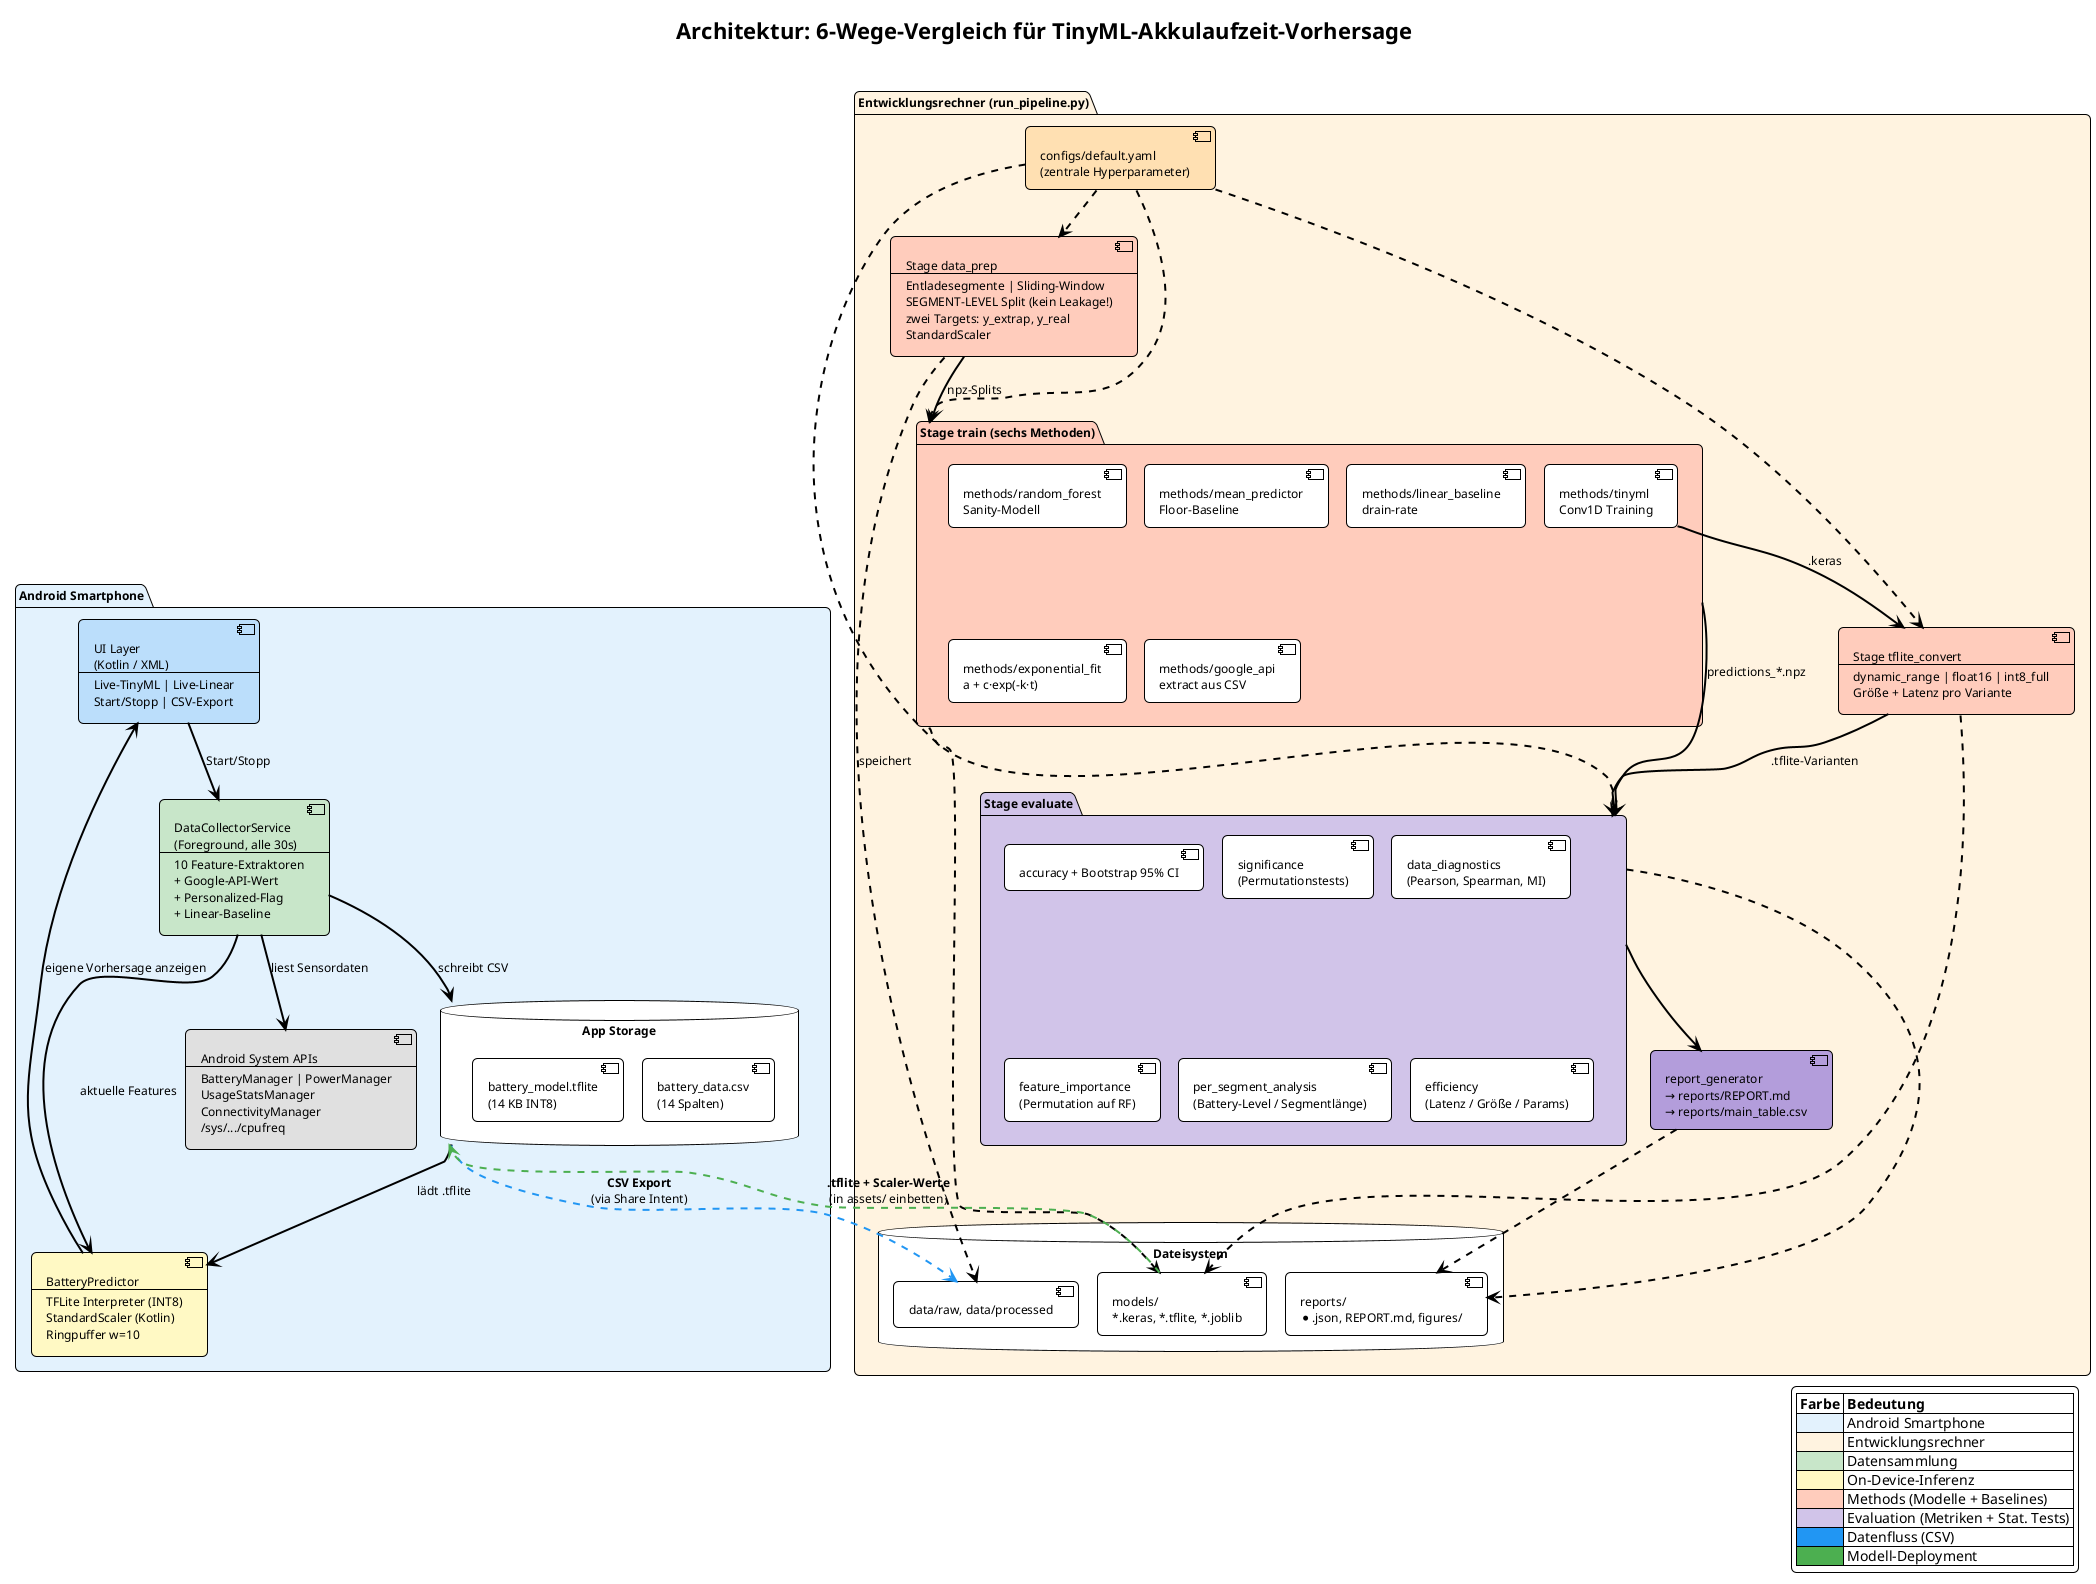
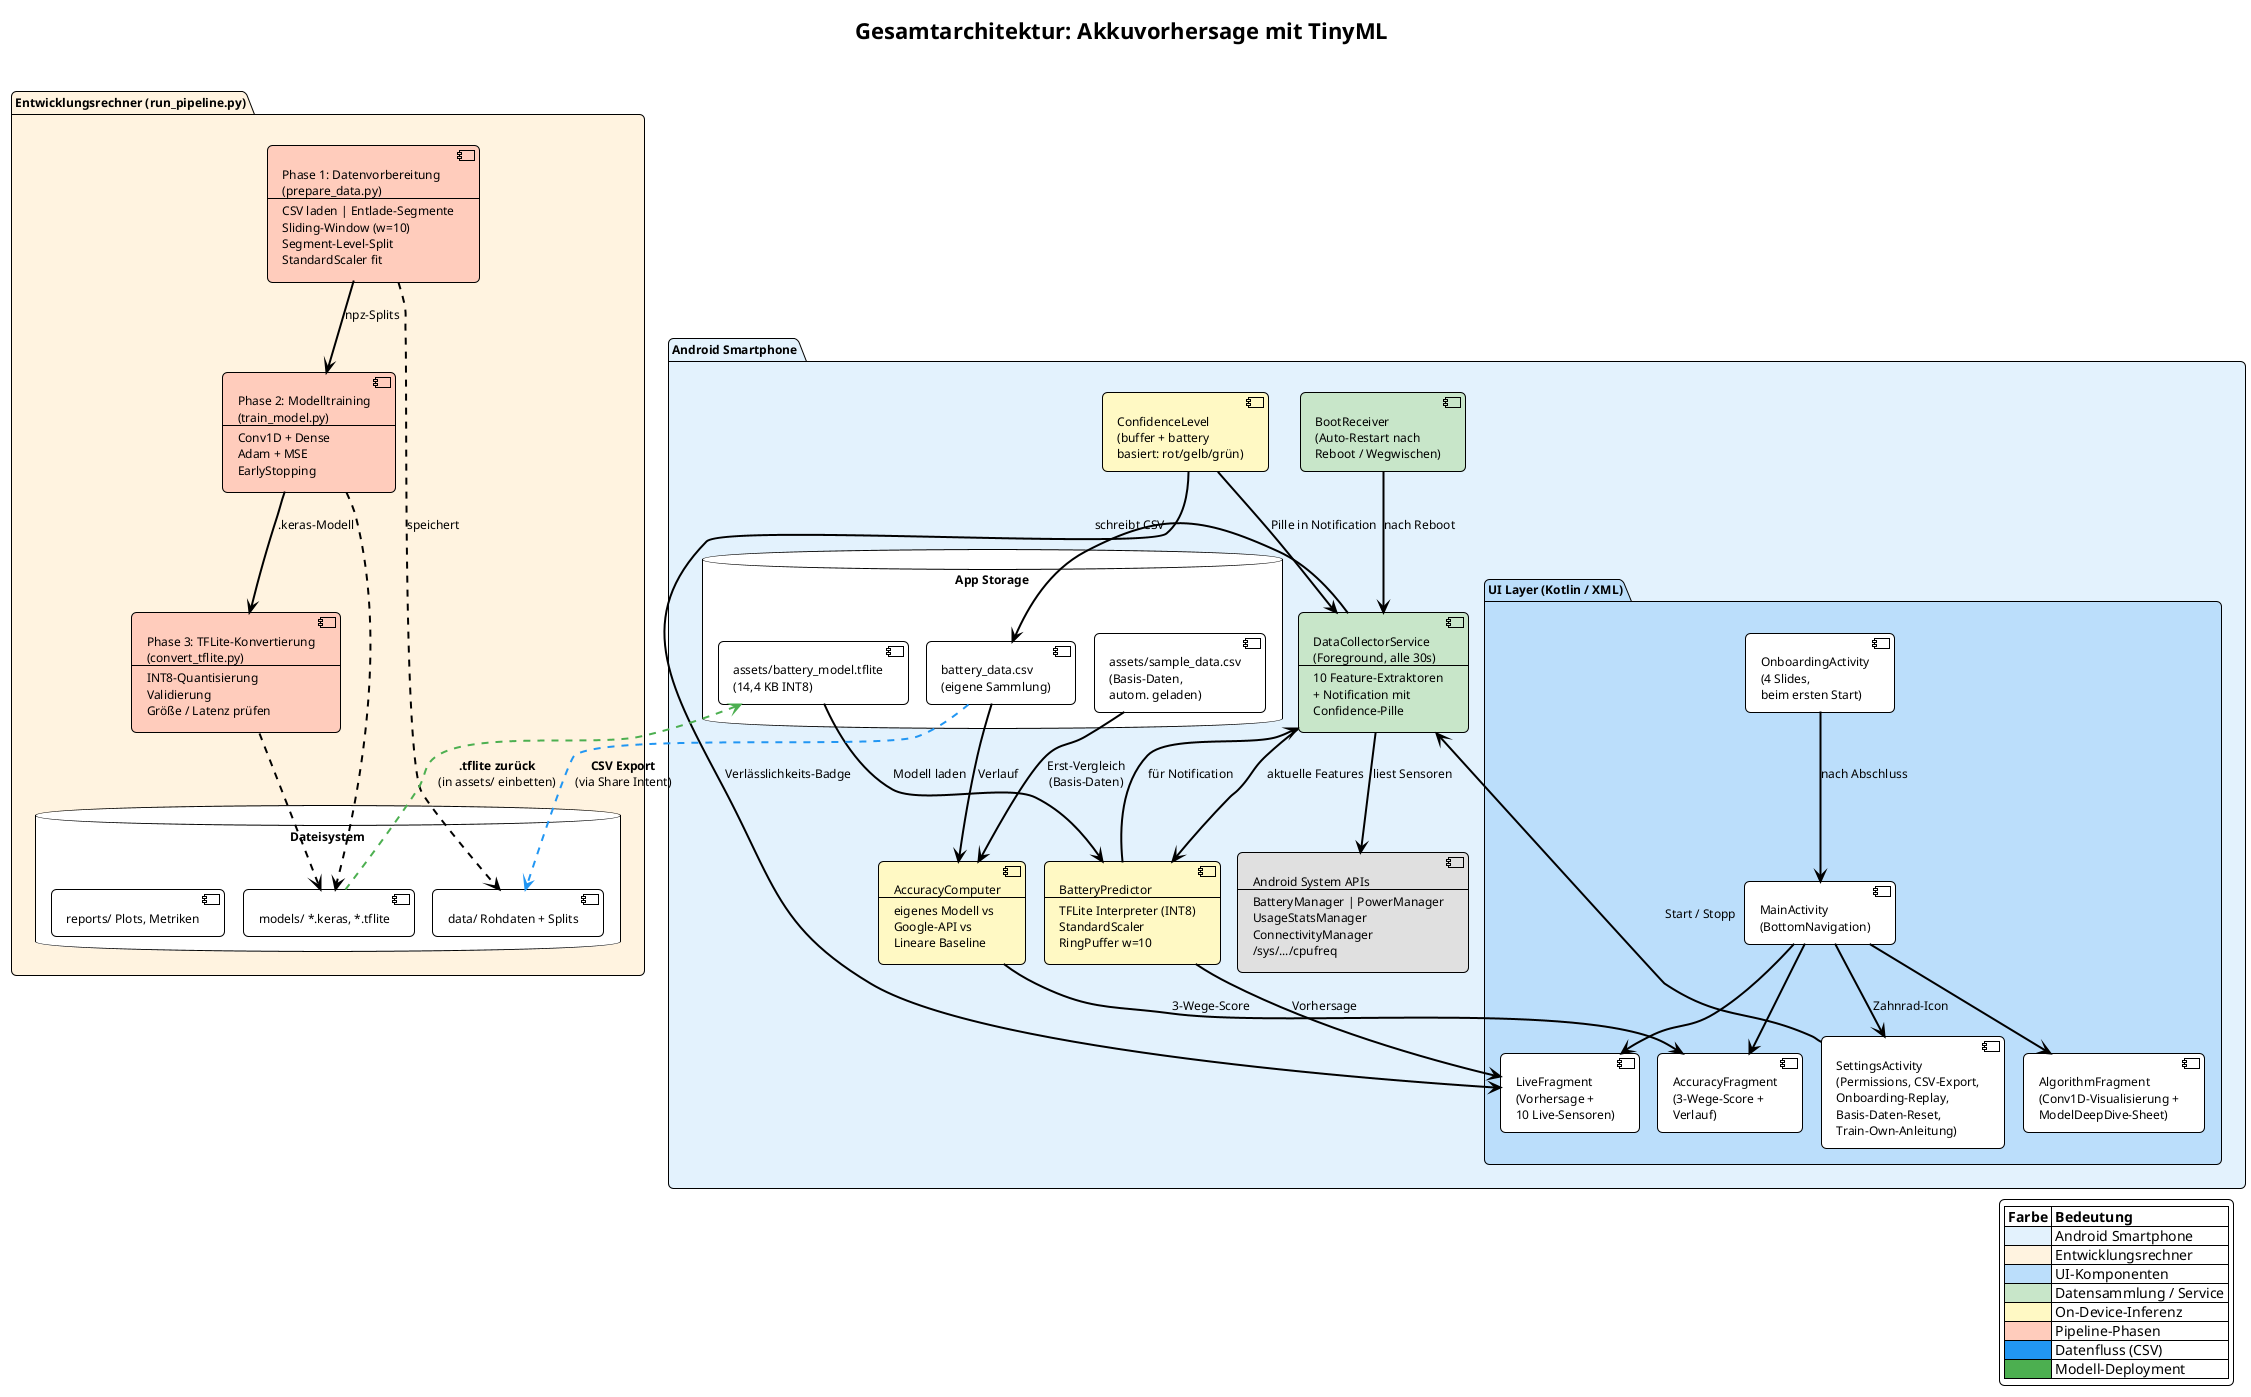
@startuml
!theme plain
skinparam backgroundColor white
skinparam defaultFontSize 12
skinparam ArrowThickness 2
skinparam RoundCorner 10
skinparam nodesep 18
skinparam ranksep 45
skinparam PackagePadding 14

top to bottom direction

- title Architektur: 6-Wege-Vergleich für TinyML-Akkulaufzeit-Vorhersage\n
+ title Gesamtarchitektur: Akkuvorhersage mit TinyML\n

' ============================================================
- '  ANDROID APP (oben) - Datensammlung + On-Device-Inferenz
+ '  ANDROID APP — UI + Datensammlung + On-Device-Inferenz
' ============================================================
package "Android Smartphone" as phone #E3F2FD {

-     [UI Layer\n(Kotlin / XML)\n---\nLive-TinyML | Live-Linear\nStart/Stopp | CSV-Export] as ui #BBDEFB
+     package "UI Layer (Kotlin / XML)" as uilayer #BBDEFB {
+         [OnboardingActivity\n(4 Slides,\nbeim ersten Start)] as onboarding
+         [MainActivity\n(BottomNavigation)] as mainact
+         [LiveFragment\n(Vorhersage +\n10 Live-Sensoren)] as live
+         [AlgorithmFragment\n(Conv1D-Visualisierung +\nModelDeepDive-Sheet)] as algo
+         [AccuracyFragment\n(3-Wege-Score +\nVerlauf)] as accuracy
+         [SettingsActivity\n(Permissions, CSV-Export,\nOnboarding-Replay,\nBasis-Daten-Reset,\nTrain-Own-Anleitung)] as settings
+     }

-     [DataCollectorService\n(Foreground, alle 30s)\n---\n10 Feature-Extraktoren\n+ Google-API-Wert\n+ Personalized-Flag\n+ Linear-Baseline] as service #C8E6C9
+     [DataCollectorService\n(Foreground, alle 30s)\n---\n10 Feature-Extraktoren\n+ Notification mit\nConfidence-Pille] as service #C8E6C9

-     [BatteryPredictor\n---\nTFLite Interpreter (INT8)\nStandardScaler (Kotlin)\nRingpuffer w=10] as inferenz #FFF9C4
+     [BootReceiver\n(Auto-Restart nach\nReboot / Wegwischen)] as boot #C8E6C9
+ 
+     [BatteryPredictor\n---\nTFLite Interpreter (INT8)\nStandardScaler\nRingPuffer w=10] as inferenz #FFF9C4
+ 
+     [AccuracyComputer\n---\neigenes Modell vs\nGoogle-API vs\nLineare Baseline] as accComputer #FFF9C4
+ 
+     [ConfidenceLevel\n(buffer + battery\nbasiert: rot/gelb/grün)] as confidence #FFF9C4

    [Android System APIs\n---\nBatteryManager | PowerManager\nUsageStatsManager\nConnectivityManager\n/sys/.../cpufreq] as apis #E0E0E0

    database "App Storage" as storage {
-         [battery_data.csv\n(14 Spalten)]
-         [battery_model.tflite\n(14 KB INT8)]
+         [battery_data.csv\n(eigene Sammlung)] as csv_own
+         [assets/sample_data.csv\n(Basis-Daten,\nautom. geladen)] as csv_basis
+         [assets/battery_model.tflite\n(14,4 KB INT8)] as tflite_app
    }
}

' ============================================================
- '  PYTHON PIPELINE (unten) - Training + Vergleich + Reporting
+ '  PYTHON PIPELINE — Training + TFLite-Export
' ============================================================
package "Entwicklungsrechner (run_pipeline.py)" as pc #FFF3E0 {

-     [configs/default.yaml\n(zentrale Hyperparameter)] as cfg #FFE0B2
+     [Phase 1: Datenvorbereitung\n(prepare_data.py)\n---\nCSV laden | Entlade-Segmente\nSliding-Window (w=10)\nSegment-Level-Split\nStandardScaler fit] as p1 #FFCCBC

-     [Stage data_prep\n---\nEntladesegmente | Sliding-Window\nSEGMENT-LEVEL Split (kein Leakage!)\nzwei Targets: y_extrap, y_real\nStandardScaler] as data #FFCCBC
+     [Phase 2: Modelltraining\n(train_model.py)\n---\nConv1D + Dense\nAdam + MSE\nEarlyStopping] as p2 #FFCCBC

-     package "Stage train (sechs Methoden)" as train_pkg #FFCCBC {
-         [methods/tinyml\nConv1D Training] as m1
-         [methods/random_forest\nSanity-Modell] as m2
-         [methods/mean_predictor\nFloor-Baseline] as m3
-         [methods/linear_baseline\ndrain-rate] as m4
-         [methods/exponential_fit\na + c·exp(-k·t)] as m5
-         [methods/google_api\nextract aus CSV] as m6
-     }
- 
-     [Stage tflite_convert\n---\ndynamic_range | float16 | int8_full\nGröße + Latenz pro Variante] as tfl #FFCCBC
- 
-     package "Stage evaluate" as eval_pkg #D1C4E9 {
-         [accuracy + Bootstrap 95% CI] as e1
-         [significance\n(Permutationstests)] as e2
-         [data_diagnostics\n(Pearson, Spearman, MI)] as e3
-         [feature_importance\n(Permutation auf RF)] as e4
-         [per_segment_analysis\n(Battery-Level / Segmentlänge)] as e5
-         [efficiency\n(Latenz / Größe / Params)] as e6
-     }
- 
-     [report_generator\n→ reports/REPORT.md\n→ reports/main_table.csv] as rep #B39DDB
+     [Phase 3: TFLite-Konvertierung\n(convert_tflite.py)\n---\nINT8-Quantisierung\nValidierung\nGröße / Latenz prüfen] as p3 #FFCCBC

    database "Dateisystem" as fs {
-         [data/raw, data/processed] as fdata
-         [models/\n*.keras, *.tflite, *.joblib] as fmodel
-         [reports/\n*.json, REPORT.md, figures/] as freports
+         [data/ Rohdaten + Splits] as fdata
+         [models/ *.keras, *.tflite] as fmodel
+         [reports/ Plots, Metriken] as freports
    }
}

' ============================================================
- '  ANDROID INTERNE VERBINDUNGEN
+ '  Verbindungen App (intern)
' ============================================================
- ui --> service : Start/Stopp
- service --> apis : liest Sensordaten
- service --> storage : schreibt CSV
+ onboarding --> mainact : nach Abschluss
+ mainact --> live
+ mainact --> algo
+ mainact --> accuracy
+ mainact --> settings : Zahnrad-Icon
+ settings --> service : Start / Stopp
+ boot --> service : nach Reboot
+ service --> apis : liest Sensoren
+ service --> csv_own : schreibt CSV
service --> inferenz : aktuelle Features
- inferenz --> ui : eigene Vorhersage anzeigen
- storage --> inferenz : lädt .tflite
+ inferenz --> live : Vorhersage
+ inferenz --> service : für Notification
+ confidence --> live : Verlässlichkeits-Badge
+ confidence --> service : Pille in Notification
+ tflite_app --> inferenz : Modell laden
+ csv_basis --> accComputer : Erst-Vergleich\n(Basis-Daten)
+ csv_own --> accComputer : Verlauf
+ accComputer --> accuracy : 3-Wege-Score

' ============================================================
- '  PYTHON INTERNE VERBINDUNGEN
+ '  Verbindungen PC (intern)
' ============================================================
- cfg ..> data
- cfg ..> train_pkg
- cfg ..> tfl
- cfg ..> eval_pkg
- data --> train_pkg : npz-Splits
- m1 --> tfl : .keras
- tfl --> eval_pkg : .tflite-Varianten
- train_pkg --> eval_pkg : predictions_*.npz
- eval_pkg --> rep
- data ..> fdata : speichert
- train_pkg ..> fmodel
- tfl ..> fmodel
- eval_pkg ..> freports
- rep ..> freports
+ p1 --> p2 : npz-Splits
+ p2 --> p3 : .keras-Modell
+ p1 ..> fdata : speichert
+ p2 ..> fmodel
+ p3 ..> fmodel

' ============================================================
- '  ZWISCHEN DEN SYSTEMEN
+ '  Zwischen den Systemen
' ============================================================
- storage -[#2196F3,bold,dashed]down-> fdata : **CSV Export**\n(via Share Intent)
- fmodel -[#4CAF50,bold,dashed]up-> storage : **.tflite + Scaler-Werte**\n(in assets/ einbetten)
+ csv_own -[#2196F3,bold,dashed]down-> fdata : **CSV Export**\n(via Share Intent)
+ fmodel -[#4CAF50,bold,dashed]up-> tflite_app : **.tflite zurück**\n(in assets/ einbetten)

' ============================================================
'  LEGENDE
' ============================================================
legend bottom right
  |= Farbe |= Bedeutung |
  |<#E3F2FD> | Android Smartphone |
  |<#FFF3E0> | Entwicklungsrechner |
-   |<#C8E6C9> | Datensammlung |
+   |<#BBDEFB> | UI-Komponenten |
+   |<#C8E6C9> | Datensammlung / Service |
  |<#FFF9C4> | On-Device-Inferenz |
-   |<#FFCCBC> | Methods (Modelle + Baselines) |
-   |<#D1C4E9> | Evaluation (Metriken + Stat. Tests) |
+   |<#FFCCBC> | Pipeline-Phasen |
  |<#2196F3> | Datenfluss (CSV) |
  |<#4CAF50> | Modell-Deployment |
endlegend

@enduml
